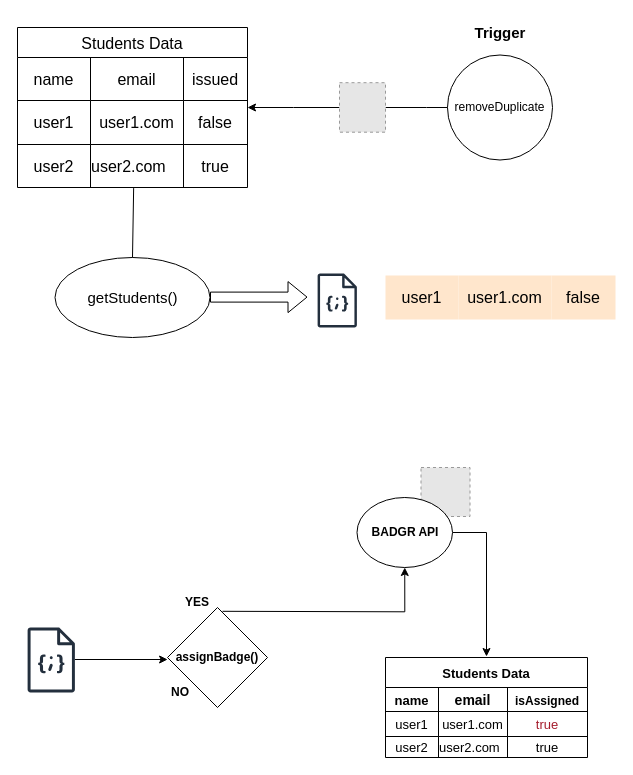
AQIB-NAWAB/The-Final-Game keeps this draw.io diagram as page "Page-1" (1 of 5) of Untitled Diagram.drawio. Above is the earlier version. Source tidied: cells renumbered, new cells numbered last; positions are measured from the earlier drawing's top-left corner, leaving out a move shared by most shapes. Both pictures are drawn from the tidied source at 100%, with x=0, y=0 at pixel (17, 17). Pictures stored in the file or linked from it are replaced by grey dashed boxes.
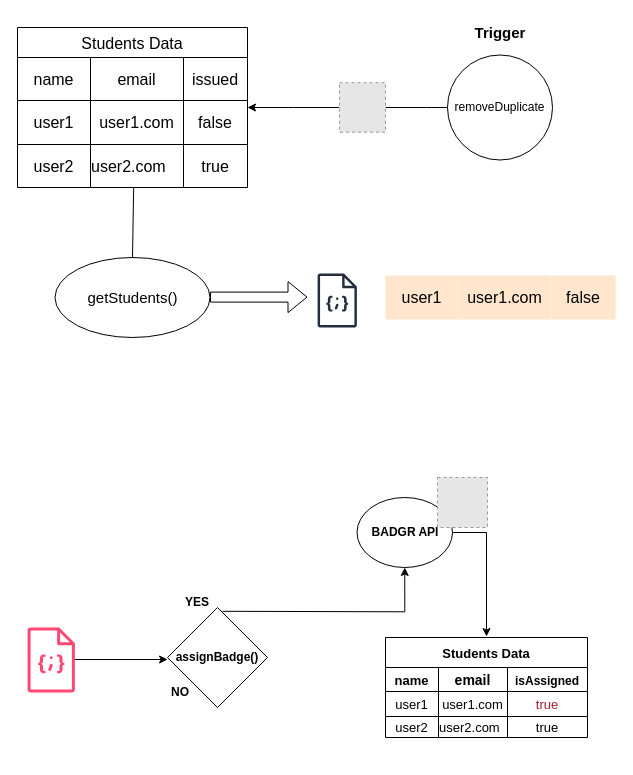
Above is the later version.

Change to the diagram source:
```diff
@@
-    <mxCell id="24" style="sketch=0;outlineConnect=0;fontColor=#232F3E;gradientColor=none;fillColor=#232F3D;strokeColor=none;dashed=0;verticalLabelPosition=bottom;verticalAlign=top;align=center;html=1;fontSize=12;fontStyle=0;shape=mxgraph.aws4.json_script;" parent="1" vertex="1">
+    <mxCell id="24" style="sketch=0;outlineConnect=0;fillColor=#FF4974;strokeColor=#A50040;dashed=0;verticalLabelPosition=bottom;verticalAlign=top;align=center;html=1;fontSize=12;fontStyle=0;shape=mxgraph.aws4.json_script;fontColor=#ffffff;" parent="1" vertex="1">
       <mxGeometry x="10" y="610" width="47.5" height="65" as="geometry" />
     </mxCell>
-    <mxCell id="25" style="fillColor=#E6E6E6;strokeColor=#999999;dashed=1;html=1;verticalAlign=top;verticalLabelPosition=bottom;labelBackgroundColor=#ffffff;" parent="1" vertex="1">
-      <mxGeometry x="403.5" y="450" width="49" height="49" as="geometry" />
-    </mxCell>
@@
     <mxCell id="35" value="Students Data" style="shape=table;startSize=30;childLayout=tableLayout;strokeColor=default;fontSize=13;gradientColor=none;perimeterSpacing=1;fontStyle=1;" parent="1" vertex="1">
-      <mxGeometry x="368" y="640" width="202" height="100" as="geometry" />
+      <mxGeometry x="368" y="620" width="202" height="100" as="geometry" />
     </mxCell>
@@
+    <mxCell id="49" style="fillColor=#E6E6E6;strokeColor=#999999;dashed=1;html=1;verticalAlign=top;verticalLabelPosition=bottom;labelBackgroundColor=#ffffff;" parent="1" vertex="1">
+      <mxGeometry x="420" y="460" width="50" height="50" as="geometry" />
+    </mxCell>
```
